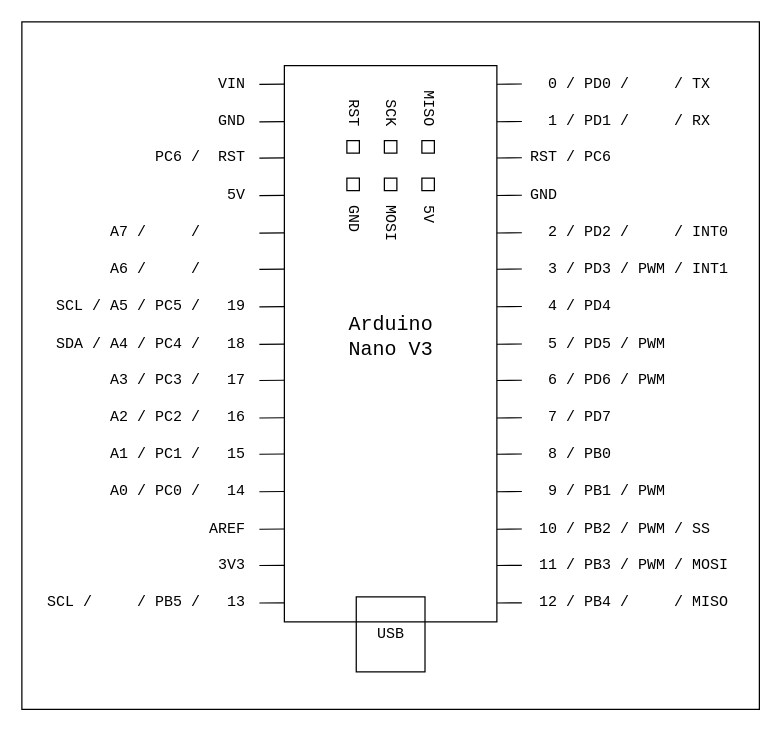
devel0/iot-examples keeps this draw.io diagram as wirings/arduino-nano-v3.drawio. Above is the earlier version. Source tidied: cells renumbered, new cells numbered last; positions are measured from the earlier drawing's top-left corner, leaving out a move shared by most shapes. Both pictures are drawn from the tidied source at 125%, with x=0, y=0 at pixel (21, 21).
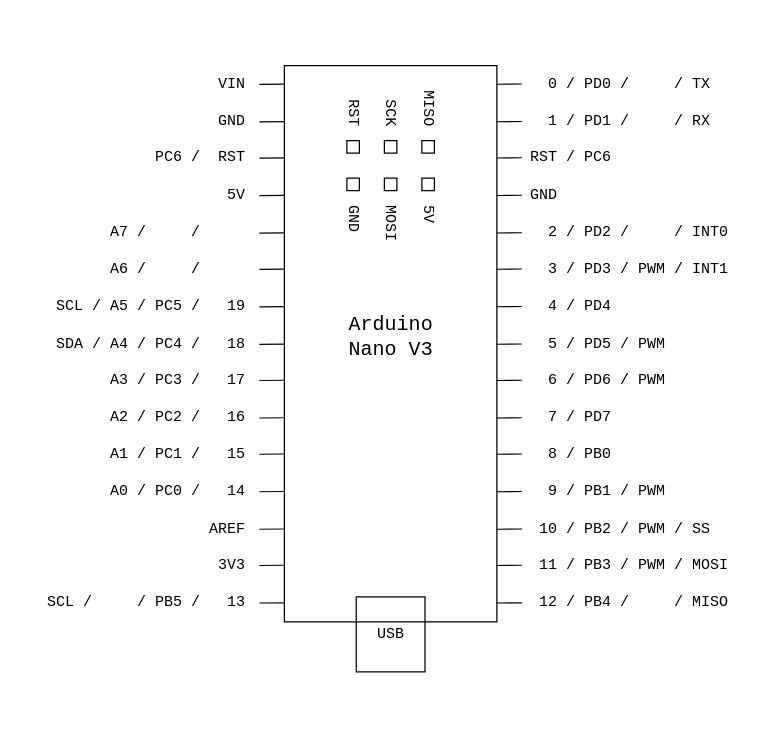
The same diagram, later.

Diff of the diagram source:
```diff
@@
-    <mxCell id="1" parent="0" />
-    <mxCell id="2" style="rounded=0;whiteSpace=wrap;html=1;fillColor=#FFFFFF;" parent="1" vertex="1">
-      <mxGeometry width="590" height="550" as="geometry" />
-    </mxCell>
```
